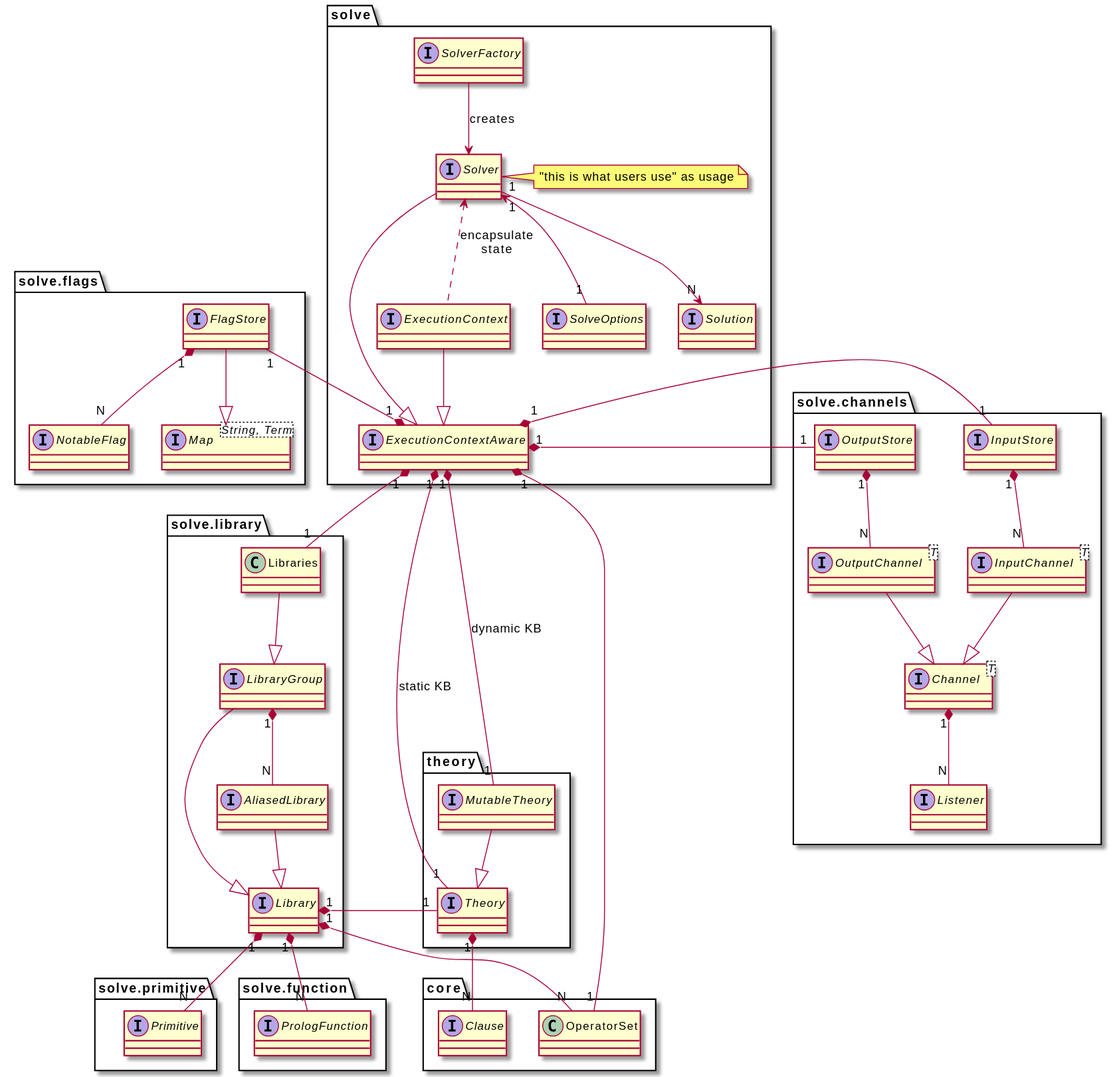
Before: img/solve.svg, a diagram exported from PlantUML (gciatto-unibo/2p-kt-presentation). The source it was exported from:
```plantuml
@startuml

package solve {
    interface ExecutionContextAware

    interface Solver

    interface ExecutionContext

    ExecutionContext --|> ExecutionContextAware
    Solver --|> ExecutionContextAware

    Solver <.. ExecutionContext : "encapsulate\nstate"

    interface SolverFactory

    SolverFactory --> Solver : creates

    note right of Solver: "this is what users use" as usage

    interface SolveOptions

    interface Solution

    Solver "1" --> "N" Solution
    Solver "1" <-- "1" SolveOptions
}

package solve.primitive {
    interface Primitive
}

package solve.function {
    interface PrologFunction
}


package solve.library {
    interface Library

    interface AliasedLibrary

    interface LibraryGroup

    class Libraries

    AliasedLibrary --|> Library
    LibraryGroup --|> Library

    LibraryGroup "1" *-- "N" AliasedLibrary

    Libraries --|> LibraryGroup
}

Library "1" *-down- "N" PrologFunction
Library "1" *-- "N" Primitive

ExecutionContextAware "1" *-- "1" Libraries

package theory {
    interface Theory
    interface MutableTheory

    MutableTheory --|> Theory
}

Library "1" *-right- "1" Theory

ExecutionContextAware "1" *-- "1" Theory: static KB
ExecutionContextAware "1" *-- "1" MutableTheory: dynamic KB

package core {
    interface Clause


    class OperatorSet

}

Library "1" *-- "N" OperatorSet
Theory "1" *-- "N" Clause

ExecutionContextAware "1" *-- "1" OperatorSet

package solve.flags {
    interface NotableFlag
    interface Map<String, Term>
    interface FlagStore

    FlagStore --|> Map
    FlagStore "1" *-- "N" NotableFlag
}

ExecutionContextAware "1" *-up- "1" FlagStore

package solve.channels {
    interface Listener
    interface Channel<T>
    interface InputChannel<T>
    interface OutputChannel<T>
    interface InputStore
    interface OutputStore

    Channel "1" *-- "N" Listener
    InputChannel --|> Channel
    OutputChannel --|> Channel

    InputStore "1" *-- "N" InputChannel
    OutputStore "1" *-- "N" OutputChannel
}

ExecutionContextAware "1" *-left- "1" InputStore
ExecutionContextAware "1" *-left- "1" OutputStore

@enduml
```
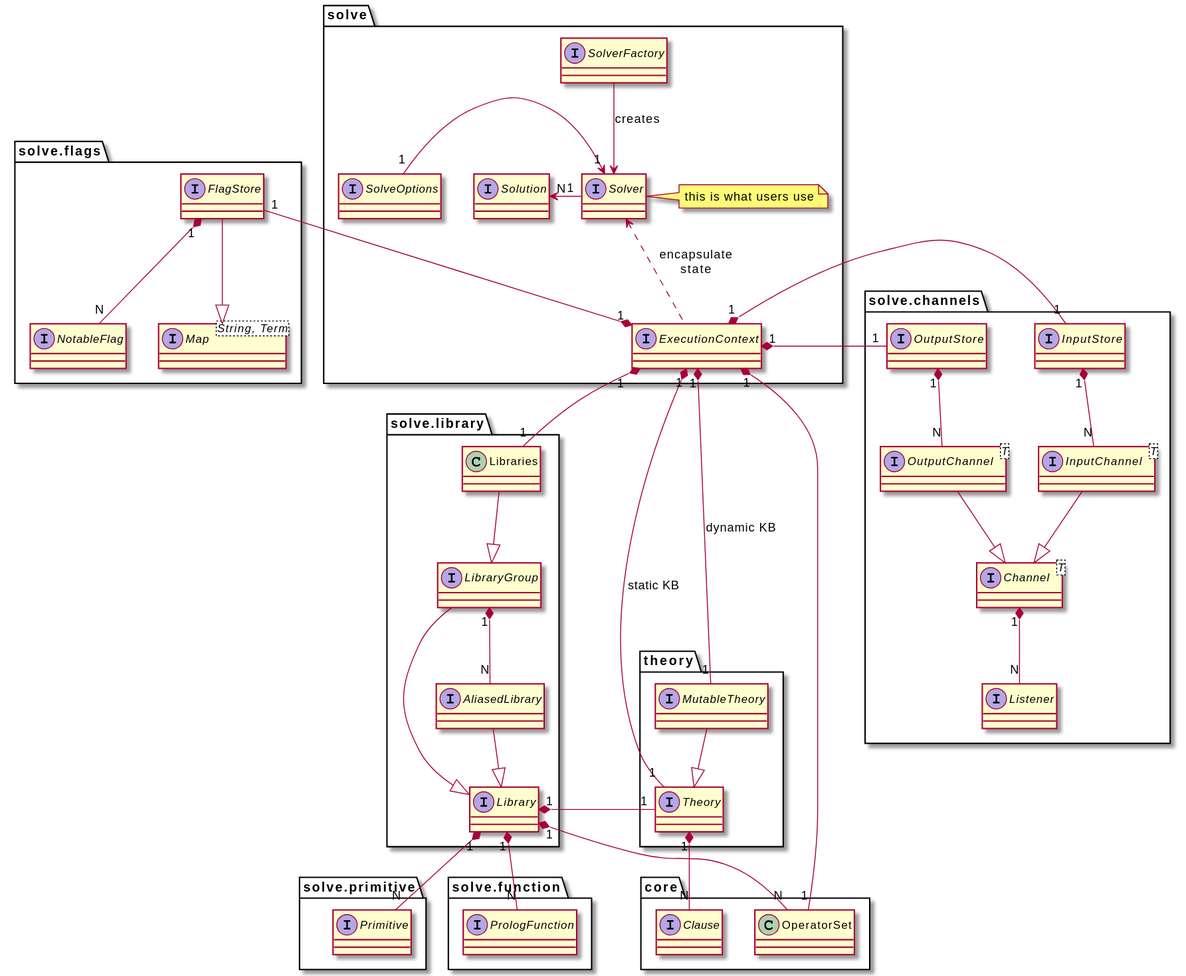
The same diagram one commit later.

The edit, as a diff of the source:
```diff
@@ -1,14 +1,10 @@
 @startuml
-
 package solve {
-    interface ExecutionContextAware
 
     interface Solver
 
     interface ExecutionContext
 
-    ExecutionContext --|> ExecutionContextAware
-    Solver --|> ExecutionContextAware
 
     Solver <.. ExecutionContext : "encapsulate\nstate"
 
@@ -16,14 +12,14 @@
 
     SolverFactory --> Solver : creates
 
-    note right of Solver: "this is what users use" as usage
+    note right of Solver: this is what users use
 
     interface SolveOptions
 
     interface Solution
 
-    Solver "1" --> "N" Solution
-    Solver "1" <-- "1" SolveOptions
+    Solver "1" -left-> "N" Solution
+    Solver "1" <-left- "1" SolveOptions
 }
 
 package solve.primitive {
@@ -55,7 +51,7 @@
 Library "1" *-down- "N" PrologFunction
 Library "1" *-- "N" Primitive
 
-ExecutionContextAware "1" *-- "1" Libraries
+ExecutionContext "1" *-- "1" Libraries
 
 package theory {
     interface Theory
@@ -66,8 +62,8 @@
 
 Library "1" *-right- "1" Theory
 
-ExecutionContextAware "1" *-- "1" Theory: static KB
-ExecutionContextAware "1" *-- "1" MutableTheory: dynamic KB
+ExecutionContext "1" *-- "1" Theory: static KB
+ExecutionContext "1" *-- "1" MutableTheory: dynamic KB
 
 package core {
     interface Clause
@@ -80,7 +76,7 @@
 Library "1" *-- "N" OperatorSet
 Theory "1" *-- "N" Clause
 
-ExecutionContextAware "1" *-- "1" OperatorSet
+ExecutionContext "1" *-- "1" OperatorSet
 
 package solve.flags {
     interface NotableFlag
@@ -91,7 +87,7 @@
     FlagStore "1" *-- "N" NotableFlag
 }
 
-ExecutionContextAware "1" *-up- "1" FlagStore
+ExecutionContext "1" *-up- "1" FlagStore
 
 package solve.channels {
     interface Listener
@@ -109,7 +105,6 @@
     OutputStore "1" *-- "N" OutputChannel
 }
 
-ExecutionContextAware "1" *-left- "1" InputStore
-ExecutionContextAware "1" *-left- "1" OutputStore
-
+ExecutionContext "1" *-left- "1" InputStore
+ExecutionContext "1" *-left- "1" OutputStore
 @enduml
```
